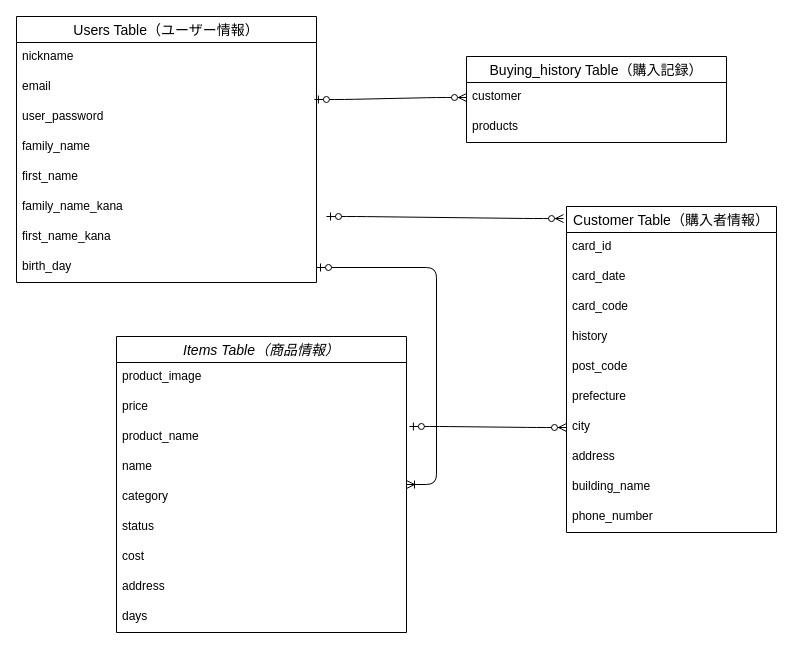
Before: db.dio in ran-hrsw/furima-40243, a draw.io diagram. Source tidied: cells renumbered, new cells numbered last; positions are measured from the earlier drawing's top-left corner, leaving out a move shared by most shapes. Both pictures are drawn from the tidied source at 100%, with x=0, y=0 at pixel (16, 16).
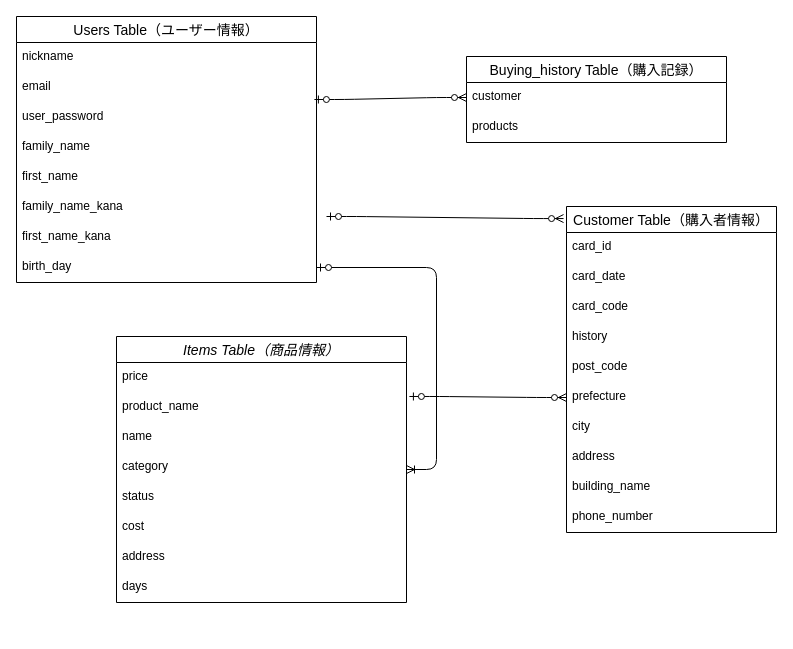
The same page after the edit.

Unchanged cells that the change refers to:
```xml
<mxCell id="21" value="prefecture" style="text;strokeColor=none;fillColor=none;spacingLeft=4;spacingRight=4;overflow=hidden;points=[[0,0.5],[1,0.5]];portConstraint=eastwest;fontSize=12;" parent="15" vertex="1">
  <mxGeometry y="176" width="210" height="30" as="geometry" />
</mxCell>
<mxCell id="22" value="city" style="text;strokeColor=none;fillColor=none;spacingLeft=4;spacingRight=4;overflow=hidden;points=[[0,0.5],[1,0.5]];portConstraint=eastwest;fontSize=12;" parent="15" vertex="1">
  <mxGeometry y="206" width="210" height="30" as="geometry" />
</mxCell>
```

What changed in the source:
```diff
@@
     <mxCell id="2" value="Items Table（商品情報）" style="swimlane;fontStyle=2;horizontal=1;startSize=26;align=center;fontSize=14;" parent="1" vertex="1">
-      <mxGeometry x="100" y="320" width="290" height="296" as="geometry" />
+      <mxGeometry x="100" y="320" width="290" height="266" as="geometry" />
     </mxCell>
-    <mxCell id="3" value="product_image" style="text;strokeColor=none;fillColor=none;spacingLeft=4;spacingRight=4;overflow=hidden;fontSize=12;" parent="2" vertex="1">
-      <mxGeometry y="26" width="290" height="30" as="geometry" />
-    </mxCell>
     <mxCell id="4" value="price" style="text;strokeColor=none;fillColor=none;spacingLeft=4;spacingRight=4;overflow=hidden;fontSize=12;" parent="2" vertex="1">
-      <mxGeometry y="56" width="290" height="30" as="geometry" />
+      <mxGeometry y="26" width="290" height="30" as="geometry" />
     </mxCell>
     <mxCell id="5" value="product_name" style="text;strokeColor=none;fillColor=none;spacingLeft=4;spacingRight=4;overflow=hidden;points=[[0,0.5],[1,0.5]];portConstraint=eastwest;fontSize=12;" parent="2" vertex="1">
-      <mxGeometry y="86" width="290" height="30" as="geometry" />
+      <mxGeometry y="56" width="290" height="30" as="geometry" />
     </mxCell>
     <mxCell id="6" value="name" style="text;strokeColor=none;fillColor=none;spacingLeft=4;spacingRight=4;overflow=hidden;fontSize=12;" parent="2" vertex="1">
-      <mxGeometry y="116" width="290" height="30" as="geometry" />
+      <mxGeometry y="86" width="290" height="30" as="geometry" />
     </mxCell>
     <mxCell id="7" value="category" style="text;strokeColor=none;fillColor=none;spacingLeft=4;spacingRight=4;overflow=hidden;fontSize=12;" parent="2" vertex="1">
-      <mxGeometry y="146" width="290" height="30" as="geometry" />
+      <mxGeometry y="116" width="290" height="30" as="geometry" />
     </mxCell>
     <mxCell id="8" value="status" style="text;strokeColor=none;fillColor=none;spacingLeft=4;spacingRight=4;overflow=hidden;fontSize=12;" parent="2" vertex="1">
-      <mxGeometry y="176" width="290" height="30" as="geometry" />
+      <mxGeometry y="146" width="290" height="30" as="geometry" />
     </mxCell>
     <mxCell id="9" value="cost" style="text;strokeColor=none;fillColor=none;spacingLeft=4;spacingRight=4;overflow=hidden;fontSize=12;" parent="2" vertex="1">
-      <mxGeometry y="206" width="290" height="30" as="geometry" />
+      <mxGeometry y="176" width="290" height="30" as="geometry" />
     </mxCell>
     <mxCell id="10" value="address" style="text;strokeColor=none;fillColor=none;spacingLeft=4;spacingRight=4;overflow=hidden;fontSize=12;" parent="2" vertex="1">
-      <mxGeometry y="236" width="290" height="30" as="geometry" />
+      <mxGeometry y="206" width="290" height="30" as="geometry" />
     </mxCell>
     <mxCell id="11" value="days" style="text;strokeColor=none;fillColor=none;spacingLeft=4;spacingRight=4;overflow=hidden;fontSize=12;" parent="2" vertex="1">
-      <mxGeometry y="266" width="290" height="30" as="geometry" />
+      <mxGeometry y="236" width="290" height="30" as="geometry" />
     </mxCell>
@@
-    <mxCell id="37" style="edgeStyle=entityRelationEdgeStyle;fontSize=12;html=1;endArrow=ERzeroToMany;startArrow=ERzeroToOne;exitX=1.01;exitY=0.133;exitDx=0;exitDy=0;exitPerimeter=0;entryX=0;entryY=0.5;entryDx=0;entryDy=0;" parent="1" edge="1" source="5" target="22">
+    <mxCell id="37" style="edgeStyle=entityRelationEdgeStyle;fontSize=12;html=1;endArrow=ERzeroToMany;startArrow=ERzeroToOne;exitX=1.01;exitY=0.133;exitDx=0;exitDy=0;exitPerimeter=0;entryX=0;entryY=0.5;entryDx=0;entryDy=0;" parent="1" edge="1" source="5" target="21">
       <mxGeometry relative="1" as="geometry" />
     </mxCell>
```
